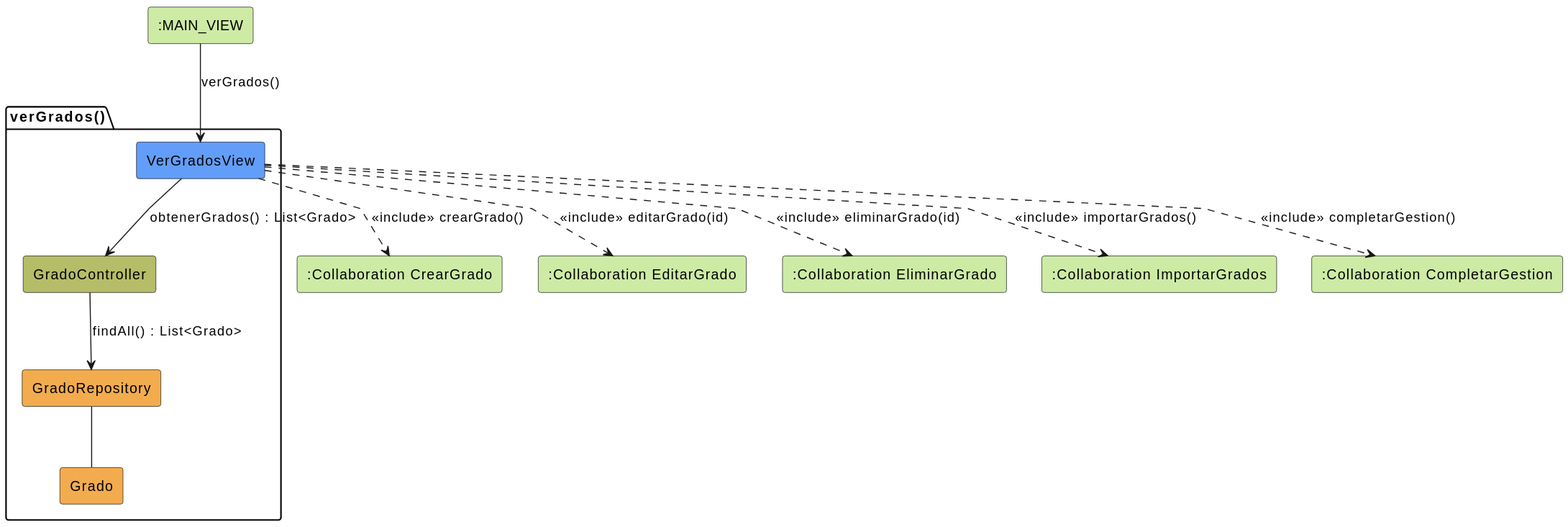
Above: images/verGrados/verGrados.svg in Pareyor/25-26-idsw2-sdVC (PlantUML), before the change.
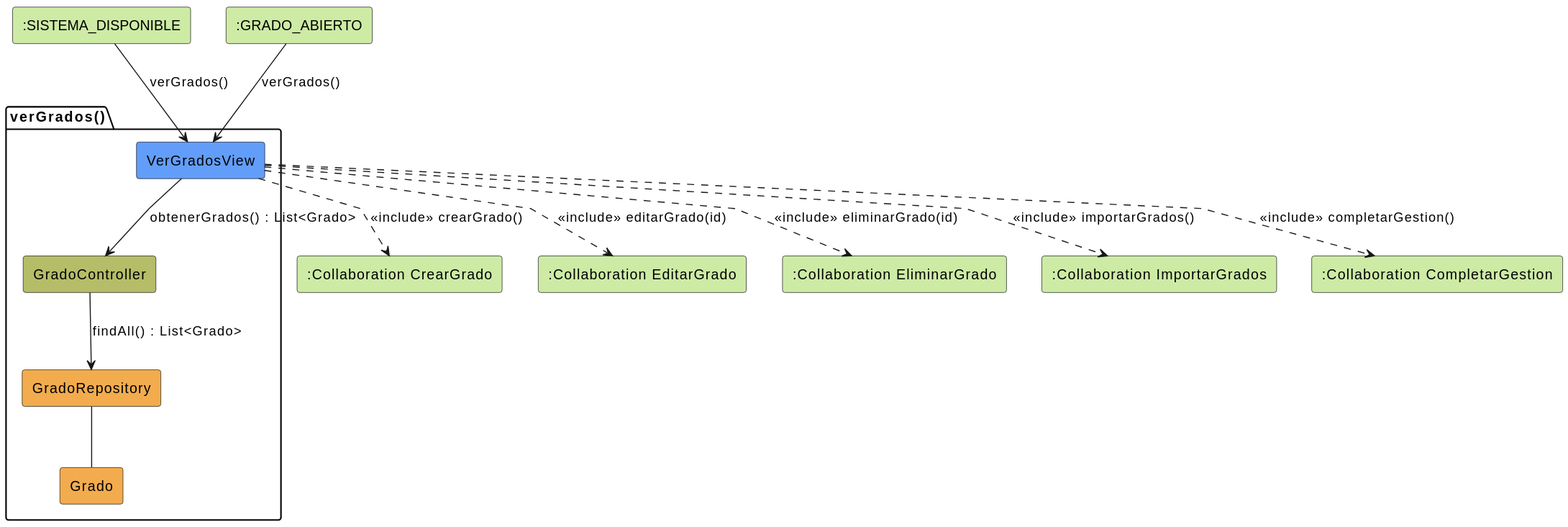
After the change.

Commit message:
fix: corrige un detalle en verGrados

The edit, as a diff of the source:
```diff
@@ -1,7 +1,8 @@
 @startuml
 skinparam linetype polyline
 
-rectangle #CDEBA5 ":MAIN_VIEW" as MainView
+rectangle #CDEBA5 ":SISTEMA_DISPONIBLE" as SistemaDisponible
+rectangle #CDEBA5 ":GRADO_ABIERTO" as GradoAbierto
 rectangle #CDEBA5 ":Collaboration CrearGrado" as CrearGrado
 rectangle #CDEBA5 ":Collaboration EditarGrado" as EditarGrado
 rectangle #CDEBA5 ":Collaboration EliminarGrado" as EliminarGrado
@@ -15,7 +16,8 @@
     rectangle #F2AC4E Grado
 }
 
-MainView --> VerGradosView: verGrados()
+SistemaDisponible --> VerGradosView: verGrados()
+GradoAbierto --> VerGradosView: verGrados()
 
 VerGradosView -d-> GradoController: obtenerGrados() : List<Grado>
 
```
